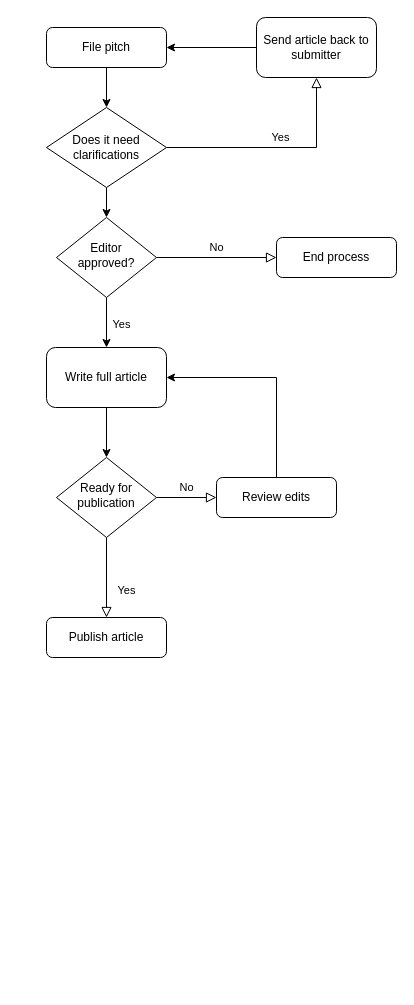
Earlier version of the draw.io diagram content-ops-flow.drawio (smaffulli/Content-Operations.github.io). Source tidied: cells renumbered, new cells numbered last; positions are measured from the earlier drawing's top-left corner, leaving out a move shared by most shapes. Both pictures are drawn from the tidied source at 100%, with x=0, y=0 at pixel (46, 17).
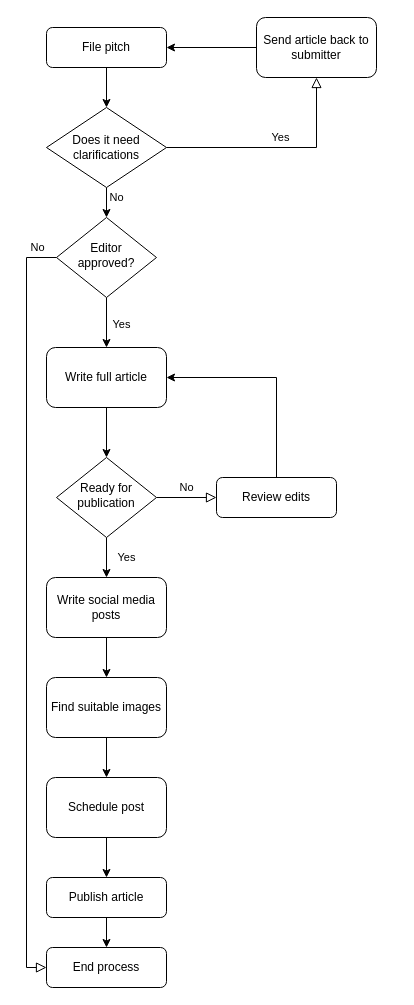
Above is the later version.

The change refers to these unchanged cells:
```xml
<mxCell id="6" value="Editor approved?" style="rhombus;whiteSpace=wrap;html=1;shadow=0;fontFamily=Helvetica;fontSize=12;align=center;strokeWidth=1;spacing=6;spacingTop=-4;" parent="1" vertex="1">
  <mxGeometry x="10" y="200" width="100" height="80" as="geometry" />
</mxCell>
<mxCell id="10" value="Ready for publication" style="rhombus;whiteSpace=wrap;html=1;shadow=0;fontFamily=Helvetica;fontSize=12;align=center;strokeWidth=1;spacing=6;spacingTop=-4;" parent="1" vertex="1">
  <mxGeometry x="10" y="440" width="100" height="80" as="geometry" />
</mxCell>
<mxCell id="13" value="Review edits" style="rounded=1;whiteSpace=wrap;html=1;fontSize=12;glass=0;strokeWidth=1;shadow=0;" parent="1" vertex="1">
  <mxGeometry x="170" y="460" width="120" height="40" as="geometry" />
</mxCell>
<mxCell id="18" value="Does it need clarifications" style="rhombus;whiteSpace=wrap;html=1;" parent="1" vertex="1">
  <mxGeometry y="90" width="120" height="80" as="geometry" />
</mxCell>
```

Change to the diagram source:
```diff
@@
     <mxCell id="4" value="No" style="edgeStyle=orthogonalEdgeStyle;rounded=0;html=1;jettySize=auto;fontSize=11;endArrow=block;endFill=0;endSize=8;strokeWidth=1;shadow=0;labelBackgroundColor=none;entryX=0;entryY=0.5;entryDx=0;entryDy=0;" parent="1" edge="1" source="6" target="7">
-      <mxGeometry y="10" relative="1" as="geometry" />
+      <mxGeometry x="-0.95" y="-10" relative="1" as="geometry">
+        <Array as="points">
+          <mxPoint x="-20" y="240" />
+          <mxPoint x="-20" y="950" />
+        </Array>
+      </mxGeometry>
     </mxCell>
@@
     <mxCell id="7" value="End process" style="rounded=1;whiteSpace=wrap;html=1;fontSize=12;glass=0;strokeWidth=1;shadow=0;" parent="1" vertex="1">
-      <mxGeometry x="230" y="220" width="120" height="40" as="geometry" />
+      <mxGeometry y="930" width="120" height="40" as="geometry" />
     </mxCell>
+    <mxCell id="9" value="No" style="edgeStyle=orthogonalEdgeStyle;rounded=0;html=1;jettySize=auto;fontSize=11;endArrow=block;endFill=0;endSize=8;strokeWidth=1;shadow=0;labelBackgroundColor=none;" parent="1" edge="1" source="10" target="13">
+      <mxGeometry y="10" relative="1" as="geometry" />
+    </mxCell>
-    <mxCell id="8" value="Yes" style="rounded=0;html=1;jettySize=auto;fontSize=11;endArrow=block;endFill=0;endSize=8;strokeWidth=1;shadow=0;labelBackgroundColor=none;edgeStyle=orthogonalEdgeStyle;" parent="1" edge="1" source="10" target="11">
-      <mxGeometry x="0.33" y="20" relative="1" as="geometry" />
+    <mxCell id="8" value="Yes" style="edgeStyle=orthogonalEdgeStyle;rounded=0;jettySize=auto;html=1;exitX=0.5;exitY=1;exitDx=0;exitDy=0;entryX=0.5;entryY=0;entryDx=0;entryDy=0;" parent="1" edge="1" source="10" target="23">
+      <mxGeometry y="20" relative="1" as="geometry" />
     </mxCell>
-    <mxCell id="9" value="No" style="edgeStyle=orthogonalEdgeStyle;rounded=0;html=1;jettySize=auto;fontSize=11;endArrow=block;endFill=0;endSize=8;strokeWidth=1;shadow=0;labelBackgroundColor=none;" parent="1" edge="1" source="10" target="13">
-      <mxGeometry y="10" relative="1" as="geometry" />
-    </mxCell>
@@
+    <mxCell id="21" style="edgeStyle=orthogonalEdgeStyle;rounded=0;jettySize=auto;html=1;" parent="1" edge="1" source="11" target="7">
+      <mxGeometry relative="1" as="geometry" />
+    </mxCell>
     <mxCell id="11" value="Publish article" style="rounded=1;whiteSpace=wrap;html=1;fontSize=12;glass=0;strokeWidth=1;shadow=0;" parent="1" vertex="1">
-      <mxGeometry y="600" width="120" height="40" as="geometry" />
+      <mxGeometry y="860" width="120" height="40" as="geometry" />
     </mxCell>
@@
-    <mxCell id="17" style="edgeStyle=orthogonalEdgeStyle;rounded=0;jettySize=auto;html=1;" parent="1" edge="1" source="18" target="6">
-      <mxGeometry relative="1" as="geometry" />
+    <mxCell id="17" value="No" style="edgeStyle=orthogonalEdgeStyle;rounded=0;jettySize=auto;html=1;" parent="1" edge="1" source="18" target="6">
+      <mxGeometry x="0.2" y="10" relative="1" as="geometry" />
     </mxCell>
@@
+    <mxCell id="22" style="edgeStyle=orthogonalEdgeStyle;rounded=0;jettySize=auto;html=1;" parent="1" edge="1" source="23" target="25">
+      <mxGeometry relative="1" as="geometry" />
+    </mxCell>
+    <mxCell id="23" value="Write social media posts" style="rounded=1;whiteSpace=wrap;html=1;" parent="1" vertex="1">
+      <mxGeometry y="560" width="120" height="60" as="geometry" />
+    </mxCell>
+    <mxCell id="24" style="edgeStyle=orthogonalEdgeStyle;rounded=0;jettySize=auto;html=1;" parent="1" edge="1" source="25" target="26">
+      <mxGeometry relative="1" as="geometry" />
+    </mxCell>
+    <mxCell id="25" value="Find suitable images" style="rounded=1;whiteSpace=wrap;html=1;" parent="1" vertex="1">
+      <mxGeometry y="660" width="120" height="60" as="geometry" />
+    </mxCell>
+    <mxCell id="26" value="Schedule post" style="whiteSpace=wrap;html=1;rounded=1;" parent="1" vertex="1">
+      <mxGeometry y="760" width="120" height="60" as="geometry" />
+    </mxCell>
+    <mxCell id="27" style="edgeStyle=orthogonalEdgeStyle;rounded=0;jettySize=auto;html=1;entryX=0.5;entryY=0;entryDx=0;entryDy=0;" parent="1" edge="1" source="26" target="11">
+      <mxGeometry relative="1" as="geometry" />
+    </mxCell>
```
